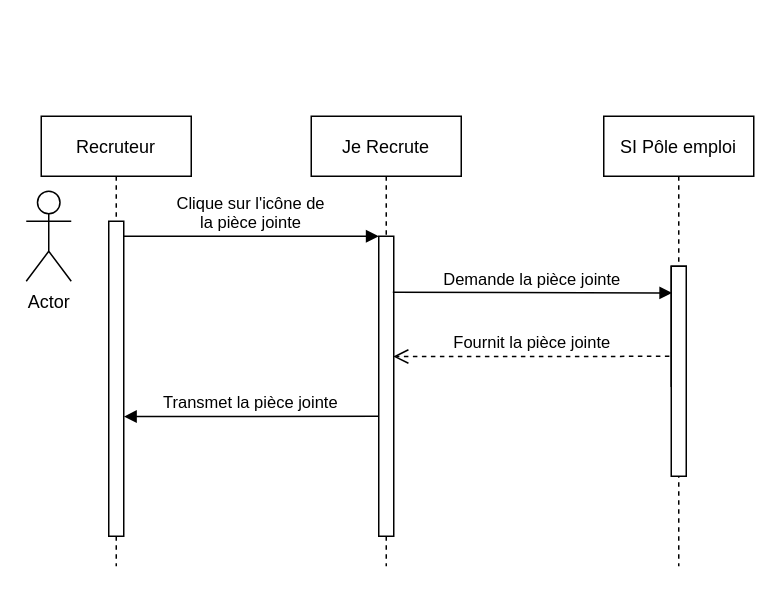
syndrael/je-recrute keeps this draw.io diagram as page "Télécharger une pièce jointe au profil (CV..)" (4 of 12) of Je_Recrute.drawio. Above is the earlier version. Source tidied: cells renumbered, new cells numbered last; positions are measured from the earlier drawing's top-left corner, leaving out a move shared by most shapes. Both pictures are drawn from the tidied source at 150%, with x=0, y=0 at pixel (26, 116).
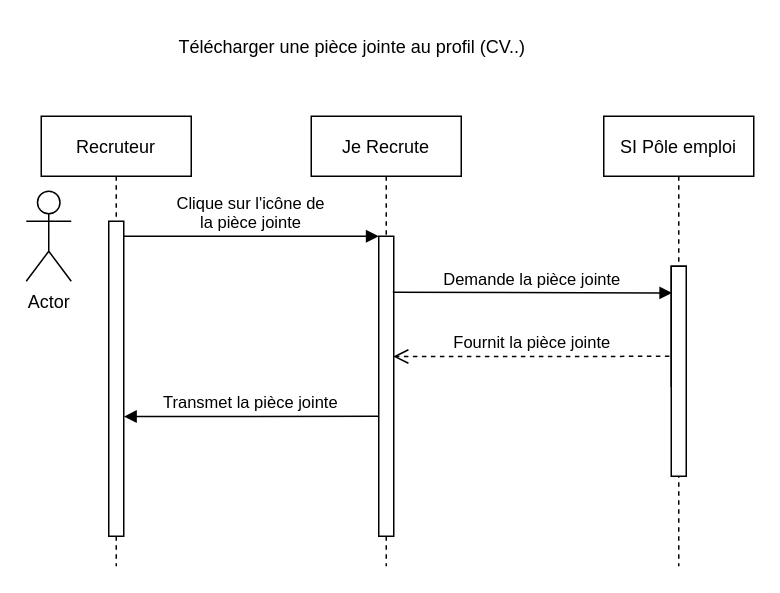
Above is the later version.

Diff of the diagram source:
```diff
@@
 <mxGraphModel>
   <root>
     <mxCell id="0" />
     <mxCell id="1" parent="0" />
     <mxCell id="2" value="Recruteur" style="shape=umlLifeline;perimeter=lifelinePerimeter;rounded=0;shadow=0;strokeWidth=1;" parent="1" vertex="1">
       <mxGeometry x="10" width="100" height="300" as="geometry" />
     </mxCell>
     <mxCell id="3" style="points=[];perimeter=orthogonalPerimeter;rounded=0;shadow=0;strokeWidth=1;" parent="2" vertex="1">
       <mxGeometry x="45" y="70" width="10" height="210" as="geometry" />
     </mxCell>
     <mxCell id="4" value="Je Recrute" style="shape=umlLifeline;perimeter=lifelinePerimeter;rounded=0;shadow=0;strokeWidth=1;" parent="1" vertex="1">
       <mxGeometry x="190" width="100" height="300" as="geometry" />
     </mxCell>
     <mxCell id="5" style="points=[];perimeter=orthogonalPerimeter;rounded=0;shadow=0;strokeWidth=1;" parent="4" vertex="1">
       <mxGeometry x="45" y="80" width="10" height="200" as="geometry" />
     </mxCell>
     <mxCell id="6" value="Clique sur l'icône de &#10;la pièce jointe" style="verticalAlign=bottom;endArrow=block;entryX=0;entryY=0;shadow=0;strokeWidth=1;" parent="1" edge="1" source="3" target="5">
       <mxGeometry relative="1" as="geometry" />
     </mxCell>
     <mxCell id="7" value="Actor" style="shape=umlActor;verticalLabelPosition=bottom;verticalAlign=top;html=1;" parent="1" vertex="1">
       <mxGeometry y="50" width="30" height="60" as="geometry" />
     </mxCell>
     <mxCell id="8" style="html=1;perimeter=orthogonalPerimeter;" parent="1" vertex="1">
       <mxGeometry x="430" y="100" width="10" height="80" as="geometry" />
     </mxCell>
     <mxCell id="9" value="Demande la pièce jointe" style="html=1;verticalAlign=bottom;endArrow=block;entryX=0.067;entryY=0.127;entryDx=0;entryDy=0;entryPerimeter=0;exitX=0.938;exitY=0.187;exitDx=0;exitDy=0;exitPerimeter=0;" parent="1" edge="1" source="5" target="12">
       <mxGeometry relative="1" as="geometry" />
     </mxCell>
     <mxCell id="10" value="Fournit la pièce jointe" style="html=1;verticalAlign=bottom;endArrow=open;dashed=1;endSize=8;exitX=-0.124;exitY=0.429;exitDx=0;exitDy=0;exitPerimeter=0;entryX=0.967;entryY=0.401;entryDx=0;entryDy=0;entryPerimeter=0;" parent="1" edge="1" source="12" target="5">
       <mxGeometry relative="1" as="geometry" />
     </mxCell>
     <mxCell id="11" value="SI Pôle emploi" style="shape=umlLifeline;perimeter=lifelinePerimeter;rounded=0;shadow=0;strokeWidth=1;" parent="1" vertex="1">
       <mxGeometry x="385" width="100" height="300" as="geometry" />
     </mxCell>
     <mxCell id="12" style="points=[];perimeter=orthogonalPerimeter;rounded=0;shadow=0;strokeWidth=1;" parent="11" vertex="1">
       <mxGeometry x="45" y="100" width="10" height="140" as="geometry" />
     </mxCell>
     <mxCell id="13" value="Transmet la pièce jointe" style="verticalAlign=bottom;endArrow=block;shadow=0;strokeWidth=1;entryX=1.011;entryY=0.62;entryDx=0;entryDy=0;entryPerimeter=0;exitX=-0.011;exitY=0.6;exitDx=0;exitDy=0;exitPerimeter=0;" parent="1" edge="1" source="5" target="3">
       <mxGeometry relative="1" as="geometry" />
     </mxCell>
+    <mxCell id="14" value="Télécharger une pièce jointe au profil (CV..)" style="text;whiteSpace=wrap;html=1;" parent="1" vertex="1">
+      <mxGeometry x="100" y="-60" width="260" height="30" as="geometry" />
+    </mxCell>
   </root>
 </mxGraphModel>
```
